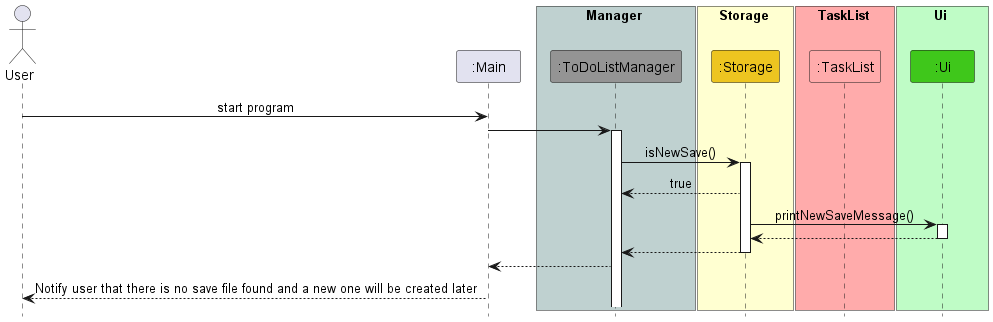
Before: docs/images/StartUpStorageWithValidSaveFile.png, a diagram exported from PlantUML (nus-cs2113-AY2223S2/tp). Source of this version:
```plantuml
@startuml
!include Style.puml

actor User

participant ":Main" as Main

box Manager COLOR_MAIN_LIGHT
participant ":ToDoListManager" as ToDoListManager COLOR_MAIN
end box

box Storage COLOR_STORAGE_LIGHT
participant ":Storage" as Storage COLOR_STORAGE
end box

box TaskList COLOR_TASK_LIST_LIGHT
participant ":TaskList" as TaskList COLOR_TASK_LIST_LIGHT
end box

box Ui COLOR_UI_LIGHT
participant ":Ui" as Ui COLOR_UI

User -> Main: start program
Main -> ToDoListManager
activate ToDoListManager
ToDoListManager -> Storage: isNewSave()
activate Storage
Storage --> ToDoListManager: true
Storage -> Ui: printNewSaveMessage()
activate Ui
Ui --> Storage
deactivate Ui
Storage --> ToDoListManager
deactivate Storage
ToDoListManager --> Main
Main --> User: Notify user that there is no save file found and a new one will be created later
@enduml
```
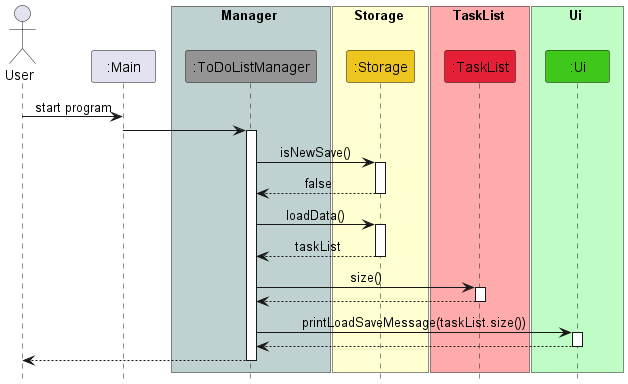
After the change.

Diff of the diagram source:
```diff
@@ -14,7 +14,7 @@
 end box
 
 box TaskList COLOR_TASK_LIST_LIGHT
-participant ":TaskList" as TaskList COLOR_TASK_LIST_LIGHT
+participant ":TaskList" as TaskList COLOR_TASK_LIST
 end box
 
 box Ui COLOR_UI_LIGHT
@@ -25,13 +25,21 @@
 activate ToDoListManager
 ToDoListManager -> Storage: isNewSave()
 activate Storage
-Storage --> ToDoListManager: true
-Storage -> Ui: printNewSaveMessage()
+Storage --> ToDoListManager: false
+deactivate Storage
+
+ToDoListManager -> Storage: loadData()
+activate Storage
+Storage --> ToDoListManager: taskList
+deactivate Storage
+ToDoListManager -> TaskList: size()
+activate TaskList
+TaskList --> ToDoListManager
+deactivate TaskList
+ToDoListManager -> Ui:printLoadSaveMessage(taskList.size())
 activate Ui
-Ui --> Storage
+Ui --> ToDoListManager
 deactivate Ui
-Storage --> ToDoListManager
-deactivate Storage
-ToDoListManager --> Main
-Main --> User: Notify user that there is no save file found and a new one will be created later
+ToDoListManager --> User
+deactivate ToDoListManager
 @enduml
```
